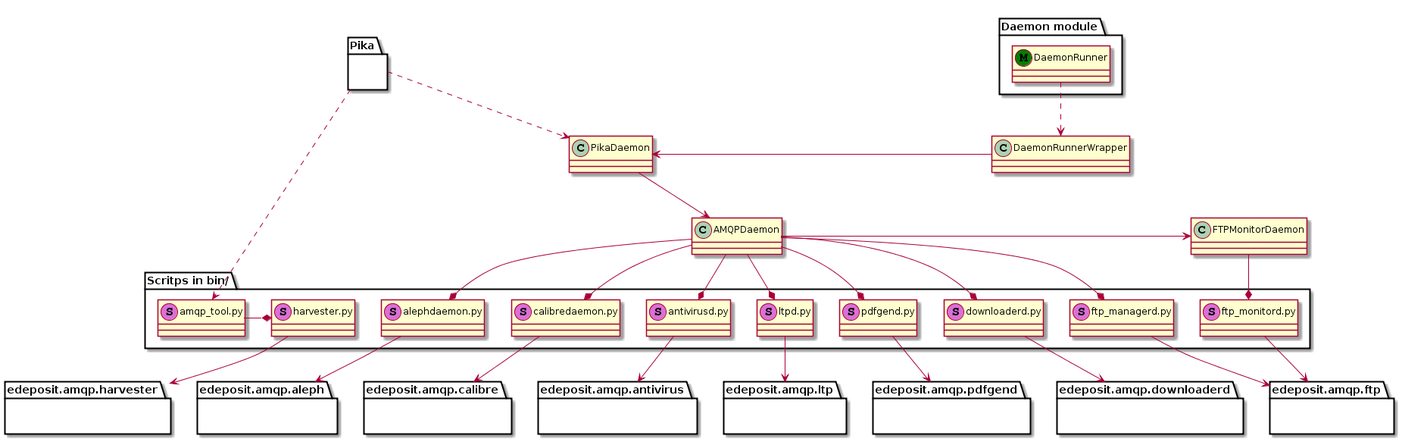
edeposit/edeposit.amqp keeps this PlantUML diagram as docs/_static/structure.png. Above is the earlier version.
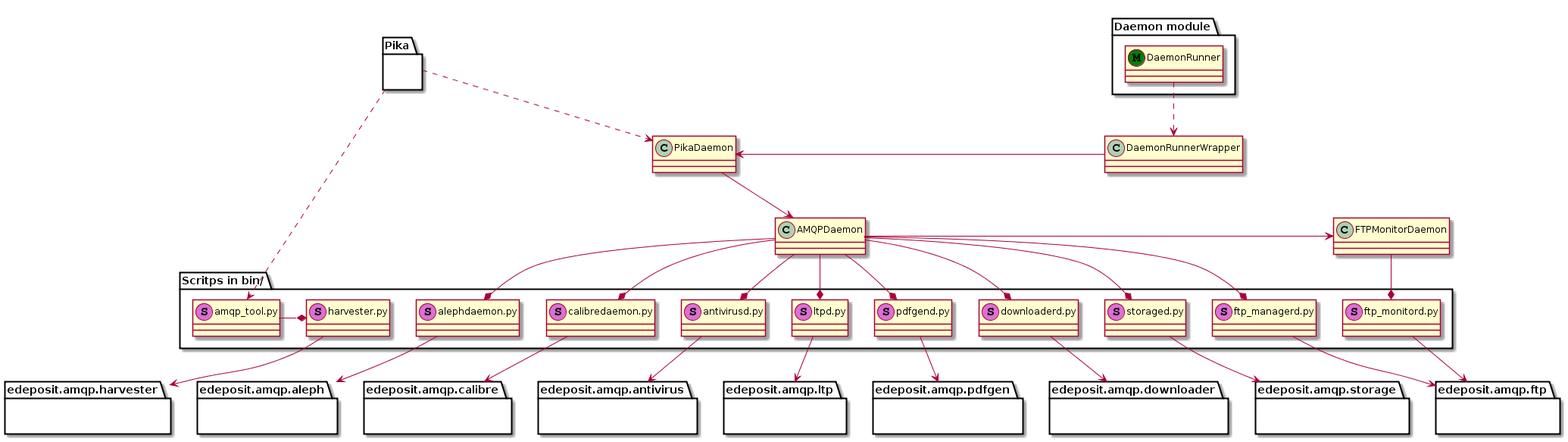
After the commit.

What changed in the source:
```diff
@@ -21,6 +21,7 @@
     class "ltpd.py" as ltpd <<(S, orchid)>>
     class "pdfgend.py" as pdfgend <<(S, orchid)>>
     class "downloaderd.py" as downloaderd <<(S, orchid)>>
+    class "storaged.py" as storaged <<(S, orchid)>>
 }
 
 DaemonRunner ..> DaemonRunnerWrapper
@@ -36,6 +37,7 @@
 AMQPDaemon --* ltpd
 AMQPDaemon --* pdfgend
 AMQPDaemon --* downloaderd
+AMQPDaemon --* storaged
 FTPMonitorDaemon --* ftp_monitord
 amqp_tool -r-* harvester_sh
 
@@ -51,9 +53,11 @@
 }
 package "edeposit.amqp.ltp" as ltp {
 }
-package "edeposit.amqp.pdfgend" as pdfgen {
+package "edeposit.amqp.pdfgen" as pdfgen {
 }
-package "edeposit.amqp.downloaderd" as downloader {
+package "edeposit.amqp.downloader" as downloader {
+}
+package "edeposit.amqp.storage" as storage {
 }
 
 ftp_managerd -> ftp
@@ -65,4 +69,5 @@
 ltpd -> ltp
 pdfgend -> pdfgen
 downloaderd -> downloader
+storaged -> storage
 @enduml
```
